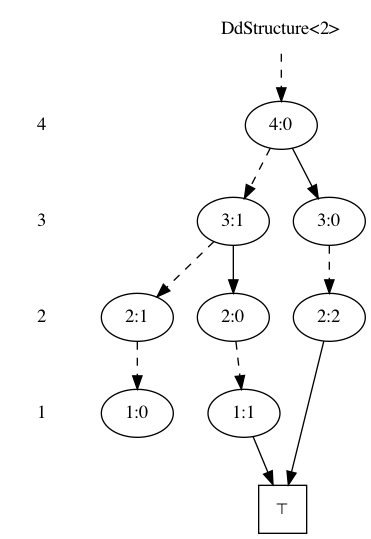
Before: test.png, a diagram exported from Graphviz (fujiyamaorange/frontier-tdzdd-task). Its source is kept beside it as test.dot.
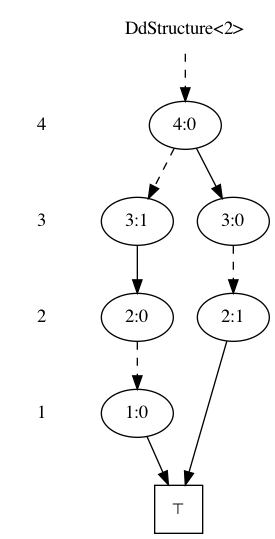
The same diagram one commit later.

Diff of the diagram source:
```diff
@@ -14,20 +14,16 @@
   {rank=same; 4; "4:0"}
   "3:1" [label="3:0"];
   "3:0" [label="3:1"];
-  "3:0" -> "2:1" [style=dashed];
-  "3:0" -> "2:2" [style=solid];
+  "3:0" -> "2:1" [style=solid];
   "3:1" -> "2:0" [style=dashed];
   {rank=same; 3; "3:0"; "3:1"}
-  "2:2" [label="2:0"];
-  "2:1" [label="2:1"];
-  "2:0" [label="2:2"];
+  "2:1" [label="2:0"];
+  "2:0" [label="2:1"];
   "2:0" -> "0:2" [style=solid];
-  "2:1" -> "1:1" [style=dashed];
-  "2:2" -> "1:0" [style=dashed];
-  {rank=same; 2; "2:0"; "2:1"; "2:2"}
-  "1:1" [label="1:0"];
-  "1:0" [label="1:1"];
+  "2:1" -> "1:0" [style=dashed];
+  {rank=same; 2; "2:0"; "2:1"}
+  "1:0" [label="1:0"];
   "1:0" -> "0:2" [style=solid];
-  {rank=same; 1; "1:0"; "1:1"}
+  {rank=same; 1; "1:0"}
   "0:2" [shape=square,label="⊤"];
 }
```
